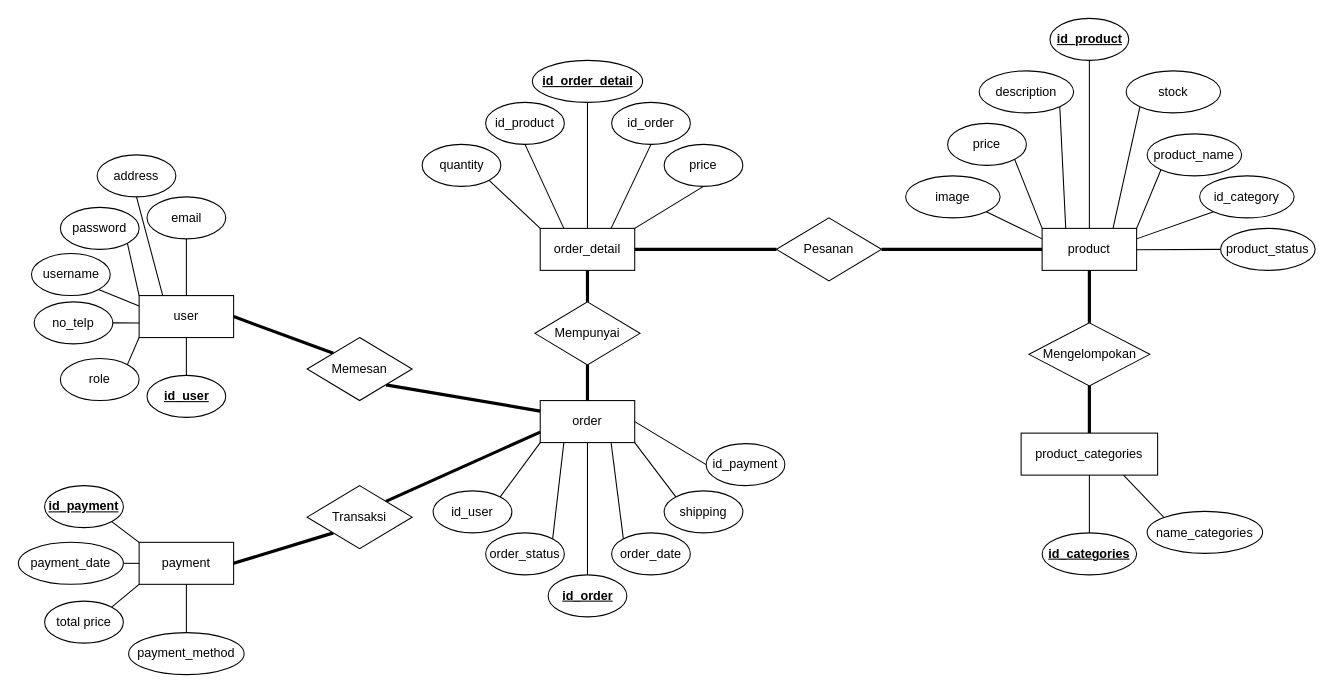
This is ERD E-Commerce.drawio from FadhRach/gambarfromdrawio, a draw.io file, before an edit. Source tidied: cells renumbered, new cells numbered last; positions are measured from the earlier drawing's top-left corner, leaving out a move shared by most shapes. Both pictures are drawn from the tidied source at 105%, with x=0, y=0 at pixel (18, 18).
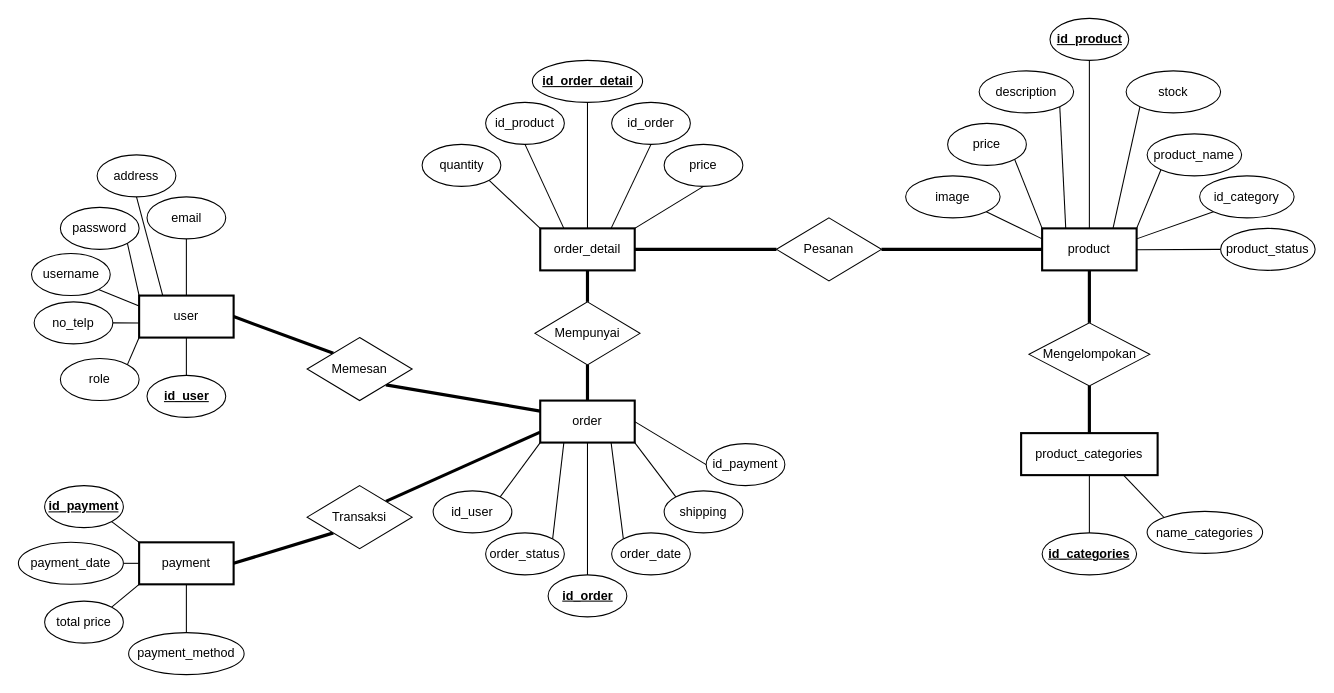
After the change.

What changed in the source:
```diff
@@
-    <mxCell id="3" value="user" style="rounded=0;whiteSpace=wrap;html=1;" parent="1" vertex="1">
+    <mxCell id="3" value="user" style="rounded=0;whiteSpace=wrap;html=1;strokeWidth=2;" parent="1" vertex="1">
       <mxGeometry x="115" y="264" width="90" height="40" as="geometry" />
     </mxCell>
@@
-    <mxCell id="5" value="product" style="rounded=0;whiteSpace=wrap;html=1;" parent="1" vertex="1">
+    <mxCell id="5" value="product" style="rounded=0;whiteSpace=wrap;html=1;strokeWidth=2;" parent="1" vertex="1">
       <mxGeometry x="975" y="200" width="90" height="40" as="geometry" />
     </mxCell>
@@
-    <mxCell id="7" value="product_categories" style="rounded=0;whiteSpace=wrap;html=1;" parent="1" vertex="1">
+    <mxCell id="7" value="product_categories" style="rounded=0;whiteSpace=wrap;html=1;strokeWidth=2;" parent="1" vertex="1">
       <mxGeometry x="955" y="395" width="130" height="40" as="geometry" />
     </mxCell>
-    <mxCell id="8" value="order" style="rounded=0;whiteSpace=wrap;html=1;" parent="1" vertex="1">
+    <mxCell id="8" value="order" style="rounded=0;whiteSpace=wrap;html=1;strokeWidth=2;" parent="1" vertex="1">
       <mxGeometry x="497" y="364" width="90" height="40" as="geometry" />
     </mxCell>
-    <mxCell id="9" value="payment" style="rounded=0;whiteSpace=wrap;html=1;" parent="1" vertex="1">
+    <mxCell id="9" value="payment" style="rounded=0;whiteSpace=wrap;html=1;strokeWidth=2;" parent="1" vertex="1">
       <mxGeometry x="115" y="499" width="90" height="40" as="geometry" />
     </mxCell>
@@
-    <mxCell id="42" value="order_detail" style="rounded=0;whiteSpace=wrap;html=1;" parent="1" vertex="1">
+    <mxCell id="42" value="order_detail" style="rounded=0;whiteSpace=wrap;html=1;strokeWidth=2;" parent="1" vertex="1">
       <mxGeometry x="497" y="200" width="90" height="40" as="geometry" />
     </mxCell>
```
